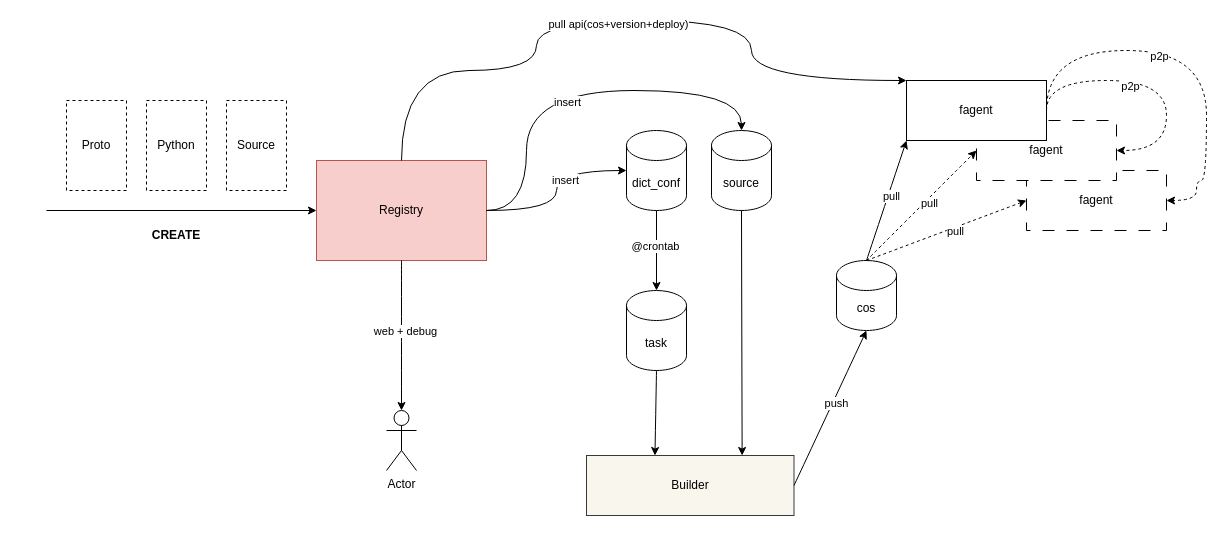
Before: trs_dict.drawio in learn2Pro/draw_io_save, a draw.io diagram. Source tidied: cells renumbered, new cells numbered last; positions are measured from the earlier drawing's top-left corner, leaving out a move shared by most shapes. Both pictures are drawn from the tidied source at 100%, with x=0, y=0 at pixel (46, 20).
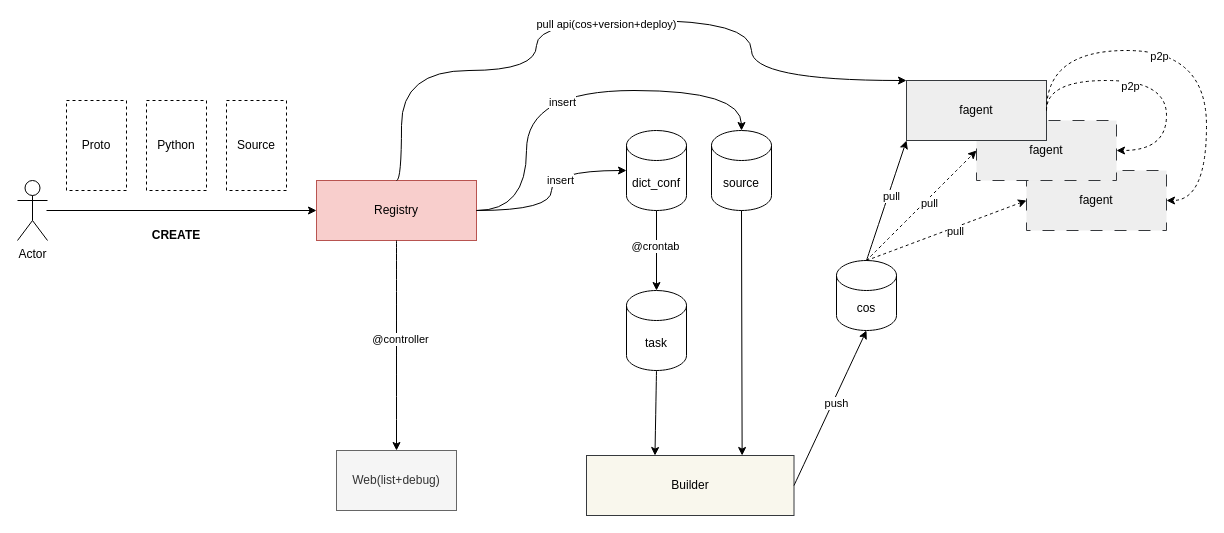
The same diagram, later.

Change to the diagram source:
```diff
@@
-    <mxCell id="2" value="fagent" style="rounded=0;whiteSpace=wrap;html=1;dashed=1;dashPattern=12 12;" parent="1" vertex="1">
+    <mxCell id="2" value="fagent" style="rounded=0;whiteSpace=wrap;html=1;dashed=1;dashPattern=12 12;fillColor=#eeeeee;strokeColor=#36393d;" parent="1" vertex="1">
       <mxGeometry x="980" y="150" width="140" height="60" as="geometry" />
     </mxCell>
@@
     <mxCell id="8" value="Registry" style="rounded=0;whiteSpace=wrap;html=1;fillColor=#f8cecc;strokeColor=#b85450;" parent="1" vertex="1">
-      <mxGeometry x="270" y="140" width="170" height="100" as="geometry" />
+      <mxGeometry x="270" y="160" width="160" height="60" as="geometry" />
     </mxCell>
@@
-    <mxCell id="23" value="fagent" style="rounded=0;whiteSpace=wrap;html=1;dashed=1;dashPattern=12 12;" parent="1" vertex="1">
+    <mxCell id="23" value="fagent" style="rounded=0;whiteSpace=wrap;html=1;dashed=1;dashPattern=12 12;fillColor=#eeeeee;strokeColor=#36393d;" parent="1" vertex="1">
       <mxGeometry x="930" y="100" width="140" height="60" as="geometry" />
     </mxCell>
-    <mxCell id="24" value="fagent" style="rounded=0;whiteSpace=wrap;html=1;" parent="1" vertex="1">
+    <mxCell id="24" value="fagent" style="rounded=0;whiteSpace=wrap;html=1;fillColor=#eeeeee;strokeColor=#36393d;" parent="1" vertex="1">
       <mxGeometry x="860" y="60" width="140" height="60" as="geometry" />
     </mxCell>
@@
     <mxCell id="32" style="endArrow=classic;html=1;rounded=0;curved=1;exitX=1;exitY=0.5;exitDx=0;exitDy=0;edgeStyle=orthogonalEdgeStyle;entryX=1;entryY=0.5;entryDx=0;entryDy=0;dashed=1;" parent="1" edge="1" source="24" target="2">
       <mxGeometry relative="1" as="geometry">
         <Array as="points">
           <mxPoint x="1000" y="30" />
           <mxPoint x="1160" y="30" />
-          <mxPoint x="1160" y="160" />
-          <mxPoint x="1150" y="160" />
-          <mxPoint x="1150" y="180" />
+          <mxPoint x="1160" y="180" />
         </Array>
       </mxGeometry>
     </mxCell>
@@
-    <mxCell id="38" value="Actor" style="shape=umlActor;verticalLabelPosition=bottom;verticalAlign=top;html=1;outlineConnect=0;" parent="1" vertex="1">
-      <mxGeometry x="340" y="390" width="30" height="60" as="geometry" />
-    </mxCell>
-    <mxCell id="39" style="endArrow=classic;html=1;rounded=0;curved=1;exitX=0.5;exitY=1;exitDx=0;exitDy=0;entryX=0.5;entryY=0;entryDx=0;entryDy=0;entryPerimeter=0;" parent="1" edge="1" source="8" target="38">
+    <mxCell id="39" style="endArrow=classic;html=1;rounded=0;curved=1;exitX=0.5;exitY=1;exitDx=0;exitDy=0;entryX=0.5;entryY=0;entryDx=0;entryDy=0;" parent="1" edge="1" source="8" target="41">
       <mxGeometry relative="1" as="geometry" />
     </mxCell>
-    <mxCell id="40" value="web + debug" style="edgeLabel;html=1;align=center;verticalAlign=middle;" parent="39" vertex="1">
+    <mxCell id="40" value="@controller" style="edgeLabel;html=1;align=center;verticalAlign=middle;" parent="39" vertex="1">
       <mxGeometry x="-0.07" y="-1" relative="1" as="geometry">
         <mxPoint x="4" as="offset" />
       </mxGeometry>
     </mxCell>
+    <mxCell id="41" value="Web(list+debug)" style="rounded=0;whiteSpace=wrap;html=1;fillColor=#f5f5f5;strokeColor=#666666;fontColor=#333333;" parent="1" vertex="1">
+      <mxGeometry x="290" y="430" width="120" height="60" as="geometry" />
+    </mxCell>
+    <mxCell id="38" value="Actor" style="shape=umlActor;verticalLabelPosition=bottom;verticalAlign=top;html=1;outlineConnect=0;" parent="1" vertex="1">
+      <mxGeometry x="-29" y="160" width="30" height="60" as="geometry" />
+    </mxCell>
```
